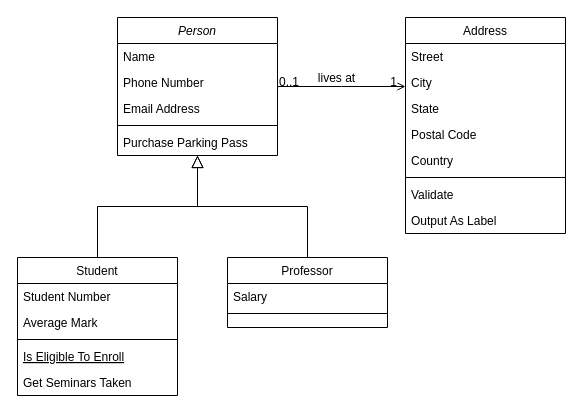
Before: Untitled Diagram.drawio in nharrisanalyst/tester_flow, a draw.io diagram. Source tidied: cells renumbered, new cells numbered last; positions are measured from the earlier drawing's top-left corner, leaving out a move shared by most shapes. Both pictures are drawn from the tidied source at 100%, with x=0, y=0 at pixel (17, 17).
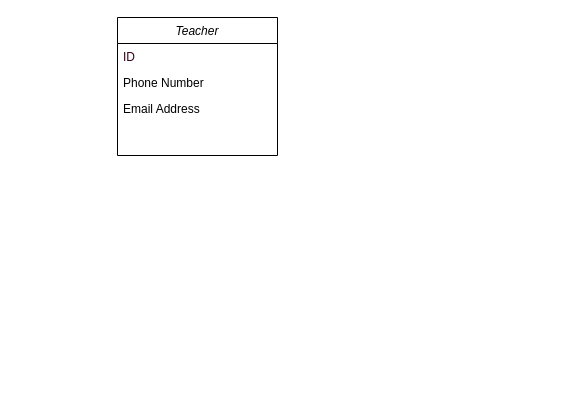
The same diagram, later.

Change to the diagram source:
```diff
@@
-    <mxCell id="2" value="Person" style="swimlane;fontStyle=2;align=center;verticalAlign=top;horizontal=1;startSize=26;rounded=0;shadow=0;strokeWidth=1;" parent="1" vertex="1">
+    <mxCell id="2" value="Teacher" style="swimlane;fontStyle=2;align=center;verticalAlign=top;horizontal=1;startSize=26;rounded=0;shadow=0;strokeWidth=1;" parent="1" vertex="1">
       <mxGeometry x="100" width="160" height="138" as="geometry" />
     </mxCell>
-    <mxCell id="3" value="Name" style="text;align=left;verticalAlign=top;spacingLeft=4;spacingRight=4;overflow=hidden;" parent="2" vertex="1">
+    <mxCell id="3" value="ID " style="text;align=left;verticalAlign=top;spacingLeft=4;spacingRight=4;overflow=hidden;fontColor=#33001A;" parent="2" vertex="1">
       <mxGeometry y="26" width="160" height="26" as="geometry" />
     </mxCell>
@@
-    <mxCell id="6" style="line;html=1;strokeWidth=1;align=left;verticalAlign=middle;spacingTop=-1;spacingLeft=3;spacingRight=3;labelPosition=right;" parent="2" vertex="1">
-      <mxGeometry y="104" width="160" height="8" as="geometry" />
-    </mxCell>
-    <mxCell id="7" value="Purchase Parking Pass" style="text;align=left;verticalAlign=top;spacingLeft=4;spacingRight=4;overflow=hidden;" parent="2" vertex="1">
-      <mxGeometry y="112" width="160" height="26" as="geometry" />
-    </mxCell>
-    <mxCell id="8" value="Student" style="swimlane;fontStyle=0;align=center;verticalAlign=top;horizontal=1;startSize=26;rounded=0;shadow=0;strokeWidth=1;" parent="1" vertex="1">
-      <mxGeometry y="240" width="160" height="138" as="geometry" />
-    </mxCell>
-    <mxCell id="9" value="Student Number" style="text;align=left;verticalAlign=top;spacingLeft=4;spacingRight=4;overflow=hidden;" parent="8" vertex="1">
-      <mxGeometry y="26" width="160" height="26" as="geometry" />
-    </mxCell>
-    <mxCell id="10" value="Average Mark" style="text;align=left;verticalAlign=top;spacingLeft=4;spacingRight=4;overflow=hidden;rounded=0;shadow=0;html=0;" parent="8" vertex="1">
-      <mxGeometry y="52" width="160" height="26" as="geometry" />
-    </mxCell>
-    <mxCell id="11" style="line;html=1;strokeWidth=1;align=left;verticalAlign=middle;spacingTop=-1;spacingLeft=3;spacingRight=3;labelPosition=right;" parent="8" vertex="1">
-      <mxGeometry y="78" width="160" height="8" as="geometry" />
-    </mxCell>
-    <mxCell id="12" value="Is Eligible To Enroll" style="text;align=left;verticalAlign=top;spacingLeft=4;spacingRight=4;overflow=hidden;fontStyle=4;" parent="8" vertex="1">
-      <mxGeometry y="86" width="160" height="26" as="geometry" />
-    </mxCell>
-    <mxCell id="13" value="Get Seminars Taken" style="text;align=left;verticalAlign=top;spacingLeft=4;spacingRight=4;overflow=hidden;" parent="8" vertex="1">
-      <mxGeometry y="112" width="160" height="26" as="geometry" />
-    </mxCell>
-    <mxCell id="14" style="endArrow=block;endSize=10;endFill=0;shadow=0;strokeWidth=1;rounded=0;edgeStyle=elbowEdgeStyle;elbow=vertical;" parent="1" edge="1" source="8" target="2">
-      <mxGeometry relative="1" as="geometry" />
-    </mxCell>
-    <mxCell id="15" value="Professor" style="swimlane;fontStyle=0;align=center;verticalAlign=top;horizontal=1;startSize=26;rounded=0;shadow=0;strokeWidth=1;" parent="1" vertex="1">
-      <mxGeometry x="210" y="240" width="160" height="70" as="geometry" />
-    </mxCell>
-    <mxCell id="16" value="Salary" style="text;align=left;verticalAlign=top;spacingLeft=4;spacingRight=4;overflow=hidden;" parent="15" vertex="1">
-      <mxGeometry y="26" width="160" height="26" as="geometry" />
-    </mxCell>
-    <mxCell id="17" style="line;html=1;strokeWidth=1;align=left;verticalAlign=middle;spacingTop=-1;spacingLeft=3;spacingRight=3;labelPosition=right;" parent="15" vertex="1">
-      <mxGeometry y="52" width="160" height="8" as="geometry" />
-    </mxCell>
-    <mxCell id="18" style="endArrow=block;endSize=10;endFill=0;shadow=0;strokeWidth=1;rounded=0;edgeStyle=elbowEdgeStyle;elbow=vertical;" parent="1" edge="1" source="15" target="2">
-      <mxGeometry relative="1" as="geometry" />
-    </mxCell>
-    <mxCell id="19" value="Address" style="swimlane;fontStyle=0;align=center;verticalAlign=top;horizontal=1;startSize=26;rounded=0;shadow=0;strokeWidth=1;" parent="1" vertex="1">
-      <mxGeometry x="388" width="160" height="216" as="geometry" />
-    </mxCell>
-    <mxCell id="20" value="Street" style="text;align=left;verticalAlign=top;spacingLeft=4;spacingRight=4;overflow=hidden;" parent="19" vertex="1">
-      <mxGeometry y="26" width="160" height="26" as="geometry" />
-    </mxCell>
-    <mxCell id="21" value="City" style="text;align=left;verticalAlign=top;spacingLeft=4;spacingRight=4;overflow=hidden;rounded=0;shadow=0;html=0;" parent="19" vertex="1">
-      <mxGeometry y="52" width="160" height="26" as="geometry" />
-    </mxCell>
-    <mxCell id="22" value="State" style="text;align=left;verticalAlign=top;spacingLeft=4;spacingRight=4;overflow=hidden;rounded=0;shadow=0;html=0;" parent="19" vertex="1">
-      <mxGeometry y="78" width="160" height="26" as="geometry" />
-    </mxCell>
-    <mxCell id="23" value="Postal Code" style="text;align=left;verticalAlign=top;spacingLeft=4;spacingRight=4;overflow=hidden;rounded=0;shadow=0;html=0;" parent="19" vertex="1">
-      <mxGeometry y="104" width="160" height="26" as="geometry" />
-    </mxCell>
-    <mxCell id="24" value="Country" style="text;align=left;verticalAlign=top;spacingLeft=4;spacingRight=4;overflow=hidden;rounded=0;shadow=0;html=0;" parent="19" vertex="1">
-      <mxGeometry y="130" width="160" height="26" as="geometry" />
-    </mxCell>
-    <mxCell id="25" style="line;html=1;strokeWidth=1;align=left;verticalAlign=middle;spacingTop=-1;spacingLeft=3;spacingRight=3;labelPosition=right;" parent="19" vertex="1">
-      <mxGeometry y="156" width="160" height="8" as="geometry" />
-    </mxCell>
-    <mxCell id="26" value="Validate" style="text;align=left;verticalAlign=top;spacingLeft=4;spacingRight=4;overflow=hidden;" parent="19" vertex="1">
-      <mxGeometry y="164" width="160" height="26" as="geometry" />
-    </mxCell>
-    <mxCell id="27" value="Output As Label" style="text;align=left;verticalAlign=top;spacingLeft=4;spacingRight=4;overflow=hidden;" parent="19" vertex="1">
-      <mxGeometry y="190" width="160" height="26" as="geometry" />
-    </mxCell>
-    <mxCell id="28" style="endArrow=open;shadow=0;strokeWidth=1;rounded=0;endFill=1;edgeStyle=elbowEdgeStyle;elbow=vertical;" parent="1" edge="1" source="2" target="19">
-      <mxGeometry x="0.5" y="41" relative="1" as="geometry">
-        <mxPoint x="-40" y="32" as="offset" />
-      </mxGeometry>
-    </mxCell>
-    <mxCell id="29" value="0..1" style="align=left;verticalAlign=bottom;labelBackgroundColor=none;fontSize=12;" parent="28" vertex="1">
-      <mxGeometry x="-1" relative="1" as="geometry">
-        <mxPoint y="4" as="offset" />
-      </mxGeometry>
-    </mxCell>
-    <mxCell id="30" value="1" style="align=right;verticalAlign=bottom;labelBackgroundColor=none;fontSize=12;" parent="28" vertex="1">
-      <mxGeometry x="1" relative="1" as="geometry">
-        <mxPoint x="-7" y="4" as="offset" />
-      </mxGeometry>
-    </mxCell>
-    <mxCell id="31" value="lives at" style="text;html=1;align=center;verticalAlign=middle;labelBackgroundColor=none;rounded=0;shadow=0;strokeWidth=1;fontSize=12;" parent="28" vertex="1">
-      <mxGeometry x="0.5" y="49" relative="1" as="geometry">
-        <mxPoint x="-38" y="40" as="offset" />
-      </mxGeometry>
-    </mxCell>
```
